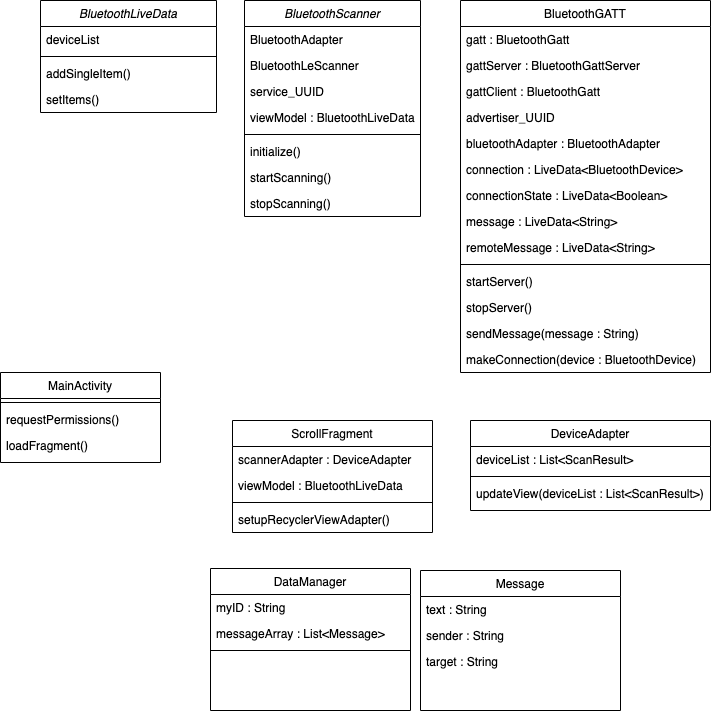
CIS3296SoftwareDesignF21/prj-04-bluetooth-file-sharing keeps this draw.io diagram as BluetoothFileShare.drawio.png. Above is the earlier version. Source tidied: cells renumbered, new cells last; positions are measured from the earlier drawing's top-left corner, leaving out a move shared by most shapes.
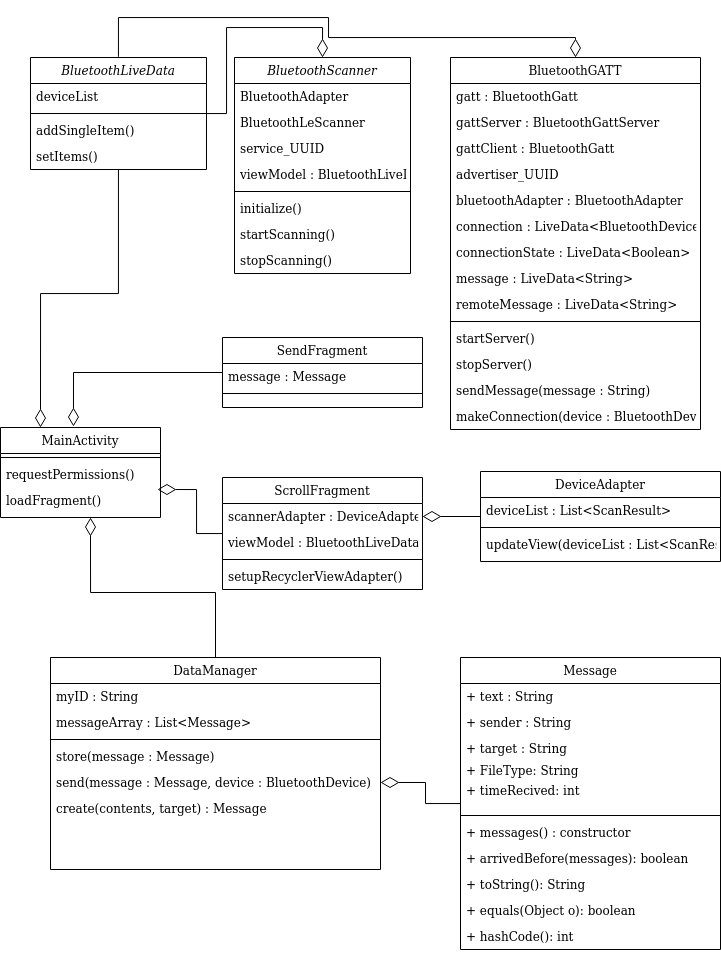
Later version of the same file.

The edit, as a diff of the source:
```diff
@@ -30,7 +30,7 @@
       <mxGeometry y="190" width="176" height="26" as="geometry" />
     </mxCell>
     <mxCell id="11" value="MainActivity" style="swimlane;fontStyle=0;align=center;verticalAlign=top;horizontal=1;startSize=26;rounded=0;shadow=0;strokeWidth=1;" parent="1" vertex="1">
-      <mxGeometry y="372" width="160" height="90" as="geometry" />
+      <mxGeometry x="10" y="370" width="160" height="90" as="geometry" />
     </mxCell>
     <mxCell id="12" style="line;html=1;strokeWidth=1;align=left;verticalAlign=middle;spacingTop=-1;spacingLeft=3;spacingRight=3;labelPosition=right;" parent="11" vertex="1">
       <mxGeometry y="26" width="160" height="8" as="geometry" />
@@ -41,6 +41,9 @@
     <mxCell id="14" value="loadFragment()" style="text;align=left;verticalAlign=top;spacingLeft=4;spacingRight=4;overflow=hidden;points=[[0,0.5],[1,0.5]];portConstraint=eastwest;rounded=0;shadow=0;html=0;" parent="11" vertex="1">
       <mxGeometry y="60" width="160" height="26" as="geometry" />
     </mxCell>
+    <mxCell id="52" style="edgeStyle=orthogonalEdgeStyle;rounded=0;jettySize=auto;html=1;entryX=0.981;entryY=0.077;entryDx=0;entryDy=0;entryPerimeter=0;endArrow=diamondThin;endFill=0;endSize=16;" parent="1" edge="1" source="15" target="14">
+      <mxGeometry relative="1" as="geometry" />
+    </mxCell>
     <mxCell id="15" value="ScrollFragment" style="swimlane;fontStyle=0;align=center;verticalAlign=top;horizontal=1;startSize=26;rounded=0;shadow=0;strokeWidth=1;" parent="1" vertex="1">
       <mxGeometry x="232" y="420" width="200" height="112" as="geometry" />
     </mxCell>
@@ -101,8 +104,11 @@
     <mxCell id="34" value="makeConnection(device : BluetoothDevice)" style="text;align=left;verticalAlign=top;spacingLeft=4;spacingRight=4;overflow=hidden;" parent="20" vertex="1">
       <mxGeometry y="346" width="250" height="26" as="geometry" />
     </mxCell>
+    <mxCell id="53" style="edgeStyle=orthogonalEdgeStyle;rounded=0;jettySize=auto;html=1;entryX=1;entryY=0.5;entryDx=0;entryDy=0;endSize=16;endArrow=diamondThin;endFill=0;" parent="1" edge="1" source="35" target="16">
+      <mxGeometry relative="1" as="geometry" />
+    </mxCell>
     <mxCell id="35" value="DeviceAdapter" style="swimlane;fontStyle=0;align=center;verticalAlign=top;horizontal=1;startSize=26;rounded=0;shadow=0;strokeWidth=1;" parent="1" vertex="1">
-      <mxGeometry x="470" y="420" width="240" height="90" as="geometry" />
+      <mxGeometry x="490" y="414" width="240" height="90" as="geometry" />
     </mxCell>
     <mxCell id="36" value="deviceList : List&lt;ScanResult&gt;" style="text;align=left;verticalAlign=top;spacingLeft=4;spacingRight=4;overflow=hidden;" parent="35" vertex="1">
       <mxGeometry y="26" width="240" height="26" as="geometry" />
@@ -113,6 +119,22 @@
     <mxCell id="38" value="updateView(deviceList : List&lt;ScanResult&gt;)" style="text;align=left;verticalAlign=top;spacingLeft=4;spacingRight=4;overflow=hidden;fontStyle=0;" parent="35" vertex="1">
       <mxGeometry y="60" width="240" height="26" as="geometry" />
     </mxCell>
+    <mxCell id="54" style="edgeStyle=orthogonalEdgeStyle;rounded=0;jettySize=auto;html=1;entryX=0.25;entryY=0;entryDx=0;entryDy=0;endArrow=diamondThin;endFill=0;endSize=16;" parent="1" edge="1" source="39" target="11">
+      <mxGeometry relative="1" as="geometry" />
+    </mxCell>
+    <mxCell id="55" style="edgeStyle=orthogonalEdgeStyle;rounded=0;jettySize=auto;html=1;entryX=0.5;entryY=0;entryDx=0;entryDy=0;endArrow=diamondThin;endFill=0;endSize=16;" parent="1" edge="1" source="39" target="2">
+      <mxGeometry relative="1" as="geometry" />
+    </mxCell>
+    <mxCell id="56" style="edgeStyle=orthogonalEdgeStyle;rounded=0;jettySize=auto;html=1;entryX=0.5;entryY=0;entryDx=0;entryDy=0;endArrow=diamondThin;endFill=0;startArrow=diamondThin;startFill=0;targetPerimeterSpacing=0;sourcePerimeterSpacing=0;startSize=0;endSize=16;" parent="1" edge="1" source="39" target="20">
+      <mxGeometry relative="1" as="geometry">
+        <Array as="points">
+          <mxPoint x="128" y="-40" />
+          <mxPoint x="338" y="-40" />
+          <mxPoint x="338" y="-20" />
+          <mxPoint x="585" y="-20" />
+        </Array>
+      </mxGeometry>
+    </mxCell>
     <mxCell id="39" value="BluetoothLiveData" style="swimlane;fontStyle=2;align=center;verticalAlign=top;horizontal=1;startSize=26;rounded=0;shadow=0;strokeWidth=1;" parent="1" vertex="1">
       <mxGeometry x="40" width="176" height="112" as="geometry" />
     </mxCell>
@@ -128,29 +150,82 @@
     <mxCell id="43" value="setItems()" style="text;align=left;verticalAlign=top;spacingLeft=4;spacingRight=4;overflow=hidden;" parent="39" vertex="1">
       <mxGeometry y="86" width="176" height="26" as="geometry" />
     </mxCell>
+    <mxCell id="57" style="edgeStyle=orthogonalEdgeStyle;rounded=0;jettySize=auto;html=1;endArrow=diamondThin;endFill=0;endSize=16;" parent="1" edge="1" source="48">
+      <mxGeometry relative="1" as="geometry">
+        <mxPoint x="100" y="460" as="targetPoint" />
+      </mxGeometry>
+    </mxCell>
+    <mxCell id="48" value="DataManager" style="swimlane;fontStyle=0;align=center;verticalAlign=top;horizontal=1;startSize=26;rounded=0;shadow=0;strokeWidth=1;" parent="1" vertex="1">
+      <mxGeometry x="60" y="600" width="330" height="212" as="geometry" />
+    </mxCell>
+    <mxCell id="49" value="myID : String" style="text;align=left;verticalAlign=top;spacingLeft=4;spacingRight=4;overflow=hidden;" parent="48" vertex="1">
+      <mxGeometry y="26" width="330" height="26" as="geometry" />
+    </mxCell>
+    <mxCell id="50" value="messageArray : List&lt;Message&gt;" style="text;align=left;verticalAlign=top;spacingLeft=4;spacingRight=4;overflow=hidden;" parent="48" vertex="1">
+      <mxGeometry y="52" width="330" height="26" as="geometry" />
+    </mxCell>
+    <mxCell id="51" style="line;html=1;strokeWidth=1;align=left;verticalAlign=middle;spacingTop=-1;spacingLeft=3;spacingRight=3;labelPosition=right;" parent="48" vertex="1">
+      <mxGeometry y="78" width="330" height="8" as="geometry" />
+    </mxCell>
+    <mxCell id="58" value="store(message : Message)" style="text;align=left;verticalAlign=top;spacingLeft=4;spacingRight=4;overflow=hidden;" parent="48" vertex="1">
+      <mxGeometry y="86" width="330" height="26" as="geometry" />
+    </mxCell>
+    <mxCell id="59" value="send(message : Message, device : BluetoothDevice)" style="text;align=left;verticalAlign=top;spacingLeft=4;spacingRight=4;overflow=hidden;points=[[0,0.5],[1,0.5]];portConstraint=eastwest;" parent="48" vertex="1">
+      <mxGeometry y="112" width="330" height="26" as="geometry" />
+    </mxCell>
+    <mxCell id="60" value="create(contents, target) : Message" style="text;align=left;verticalAlign=top;spacingLeft=4;spacingRight=4;overflow=hidden;" parent="48" vertex="1">
+      <mxGeometry y="138" width="330" height="26" as="geometry" />
+    </mxCell>
+    <mxCell id="61" style="edgeStyle=orthogonalEdgeStyle;rounded=0;jettySize=auto;html=1;entryX=1;entryY=0.5;entryDx=0;entryDy=0;endSize=16;endArrow=diamondThin;endFill=0;" parent="1" edge="1" source="44" target="59">
+      <mxGeometry relative="1" as="geometry" />
+    </mxCell>
-    <mxCell id="44" value="Message" style="swimlane;fontStyle=0;align=center;verticalAlign=top;horizontal=1;startSize=26;rounded=0;shadow=0;strokeWidth=1;" parent="1" vertex="1">
-      <mxGeometry x="420" y="570" width="200" height="140" as="geometry" />
+    <mxCell id="44" value="Message" style="swimlane;fontStyle=0;align=center;verticalAlign=top;horizontal=1;startSize=26;rotation=0;" parent="1" vertex="1">
+      <mxGeometry x="470" y="600" width="260" height="292" as="geometry" />
     </mxCell>
-    <mxCell id="45" value="text : String" style="text;align=left;verticalAlign=top;spacingLeft=4;spacingRight=4;overflow=hidden;" parent="44" vertex="1">
-      <mxGeometry y="26" width="200" height="26" as="geometry" />
+    <mxCell id="45" value="+ text : String" style="text;align=left;verticalAlign=top;spacingLeft=4;spacingRight=4;overflow=hidden;rotation=0;" parent="44" vertex="1">
+      <mxGeometry y="26" width="260" height="26" as="geometry" />
     </mxCell>
-    <mxCell id="46" value="sender : String" style="text;align=left;verticalAlign=top;spacingLeft=4;spacingRight=4;overflow=hidden;" parent="44" vertex="1">
-      <mxGeometry y="52" width="200" height="26" as="geometry" />
+    <mxCell id="46" value="+ sender : String" style="text;align=left;verticalAlign=top;spacingLeft=4;spacingRight=4;overflow=hidden;rotation=0;" parent="44" vertex="1">
+      <mxGeometry y="52" width="260" height="26" as="geometry" />
     </mxCell>
-    <mxCell id="47" value="target : String" style="text;align=left;verticalAlign=top;spacingLeft=4;spacingRight=4;overflow=hidden;" parent="44" vertex="1">
-      <mxGeometry y="78" width="200" height="62" as="geometry" />
+    <mxCell id="47" value="+ target : String" style="text;align=left;verticalAlign=top;spacingLeft=4;spacingRight=4;overflow=hidden;rotation=0;" parent="44" vertex="1">
+      <mxGeometry y="78" width="260" height="22" as="geometry" />
     </mxCell>
-    <mxCell id="48" value="DataManager" style="swimlane;fontStyle=0;align=center;verticalAlign=top;horizontal=1;startSize=26;rounded=0;shadow=0;strokeWidth=1;" parent="1" vertex="1">
-      <mxGeometry x="210" y="568" width="200" height="142" as="geometry" />
-    </mxCell>
-    <mxCell id="49" value="myID : String" style="text;align=left;verticalAlign=top;spacingLeft=4;spacingRight=4;overflow=hidden;" parent="48" vertex="1">
-      <mxGeometry y="26" width="200" height="26" as="geometry" />
-    </mxCell>
-    <mxCell id="50" value="messageArray : List&lt;Message&gt;" style="text;align=left;verticalAlign=top;spacingLeft=4;spacingRight=4;overflow=hidden;" parent="48" vertex="1">
-      <mxGeometry y="52" width="200" height="26" as="geometry" />
-    </mxCell>
-    <mxCell id="51" style="line;html=1;strokeWidth=1;align=left;verticalAlign=middle;spacingTop=-1;spacingLeft=3;spacingRight=3;labelPosition=right;" parent="48" vertex="1">
-      <mxGeometry y="78" width="200" height="8" as="geometry" />
-    </mxCell>
+    <mxCell id="62" value="+ FileType: String" style="text;align=left;verticalAlign=top;spacingLeft=4;spacingRight=4;overflow=hidden;rotation=0;" parent="44" vertex="1">
+      <mxGeometry y="100" width="260" height="20" as="geometry" />
+    </mxCell>
+    <mxCell id="63" value="+ timeRecived: int" style="text;align=left;verticalAlign=top;spacingLeft=4;spacingRight=4;overflow=hidden;rotation=0;" parent="44" vertex="1">
+      <mxGeometry y="120" width="260" height="34" as="geometry" />
+    </mxCell>
+    <mxCell id="64" style="line;strokeWidth=1;fillColor=none;align=left;verticalAlign=middle;spacingTop=-1;spacingLeft=3;spacingRight=3;labelPosition=right;rotation=0;" parent="44" vertex="1">
+      <mxGeometry y="154" width="260" height="8" as="geometry" />
+    </mxCell>
+    <mxCell id="65" value="+ messages() : constructor " style="text;strokeColor=none;fillColor=none;align=left;verticalAlign=top;spacingLeft=4;spacingRight=4;overflow=hidden;rotation=0;" parent="44" vertex="1">
+      <mxGeometry y="162" width="260" height="26" as="geometry" />
+    </mxCell>
+    <mxCell id="66" value="+ arrivedBefore(messages): boolean" style="text;strokeColor=none;fillColor=none;align=left;verticalAlign=top;spacingLeft=4;spacingRight=4;overflow=hidden;rotation=0;" parent="44" vertex="1">
+      <mxGeometry y="188" width="260" height="26" as="geometry" />
+    </mxCell>
+    <mxCell id="67" value="+ toString(): String" style="text;strokeColor=none;fillColor=none;align=left;verticalAlign=top;spacingLeft=4;spacingRight=4;overflow=hidden;rotation=0;" parent="44" vertex="1">
+      <mxGeometry y="214" width="260" height="26" as="geometry" />
+    </mxCell>
+    <mxCell id="68" value="+ equals(Object o): boolean " style="text;strokeColor=none;fillColor=none;align=left;verticalAlign=top;spacingLeft=4;spacingRight=4;overflow=hidden;rotation=0;" parent="44" vertex="1">
+      <mxGeometry y="240" width="260" height="26" as="geometry" />
+    </mxCell>
+    <mxCell id="69" value="+ hashCode(): int " style="text;strokeColor=none;fillColor=none;align=left;verticalAlign=top;spacingLeft=4;spacingRight=4;overflow=hidden;rotation=0;" parent="44" vertex="1">
+      <mxGeometry y="266" width="260" height="26" as="geometry" />
+    </mxCell>
+    <mxCell id="70" style="edgeStyle=orthogonalEdgeStyle;rounded=0;jettySize=auto;html=1;entryX=0.456;entryY=-0.011;entryDx=0;entryDy=0;entryPerimeter=0;endArrow=diamondThin;endFill=0;startSize=16;endSize=16;" parent="1" edge="1" source="71" target="11">
+      <mxGeometry relative="1" as="geometry" />
+    </mxCell>
+    <mxCell id="71" value="SendFragment" style="swimlane;fontStyle=0;align=center;verticalAlign=top;horizontal=1;startSize=26;rounded=0;shadow=0;strokeWidth=1;" parent="1" vertex="1">
+      <mxGeometry x="232" y="280" width="200" height="70" as="geometry" />
+    </mxCell>
+    <mxCell id="72" value="message : Message" style="text;align=left;verticalAlign=top;spacingLeft=4;spacingRight=4;overflow=hidden;" parent="71" vertex="1">
+      <mxGeometry y="26" width="200" height="26" as="geometry" />
+    </mxCell>
+    <mxCell id="73" style="line;html=1;strokeWidth=1;align=left;verticalAlign=middle;spacingTop=-1;spacingLeft=3;spacingRight=3;labelPosition=right;" parent="71" vertex="1">
+      <mxGeometry y="52" width="200" height="8" as="geometry" />
+    </mxCell>
   </root>
 </mxGraphModel>
```
